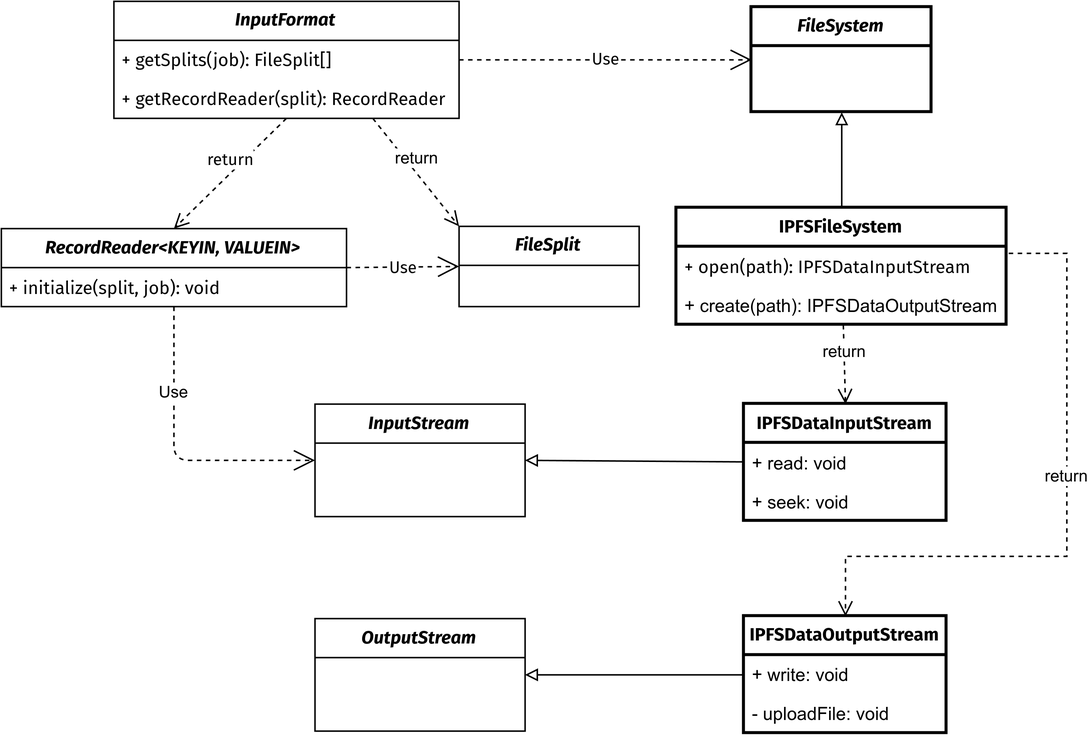
The draw.io diagram doc/img/hadoop-fs-class-diagram.png in leJTA/hadoop-ipfs-project, before a commit. Source tidied: cells renumbered, new cells last; positions are measured from the earlier drawing's top-left corner, leaving out a move shared by most shapes.
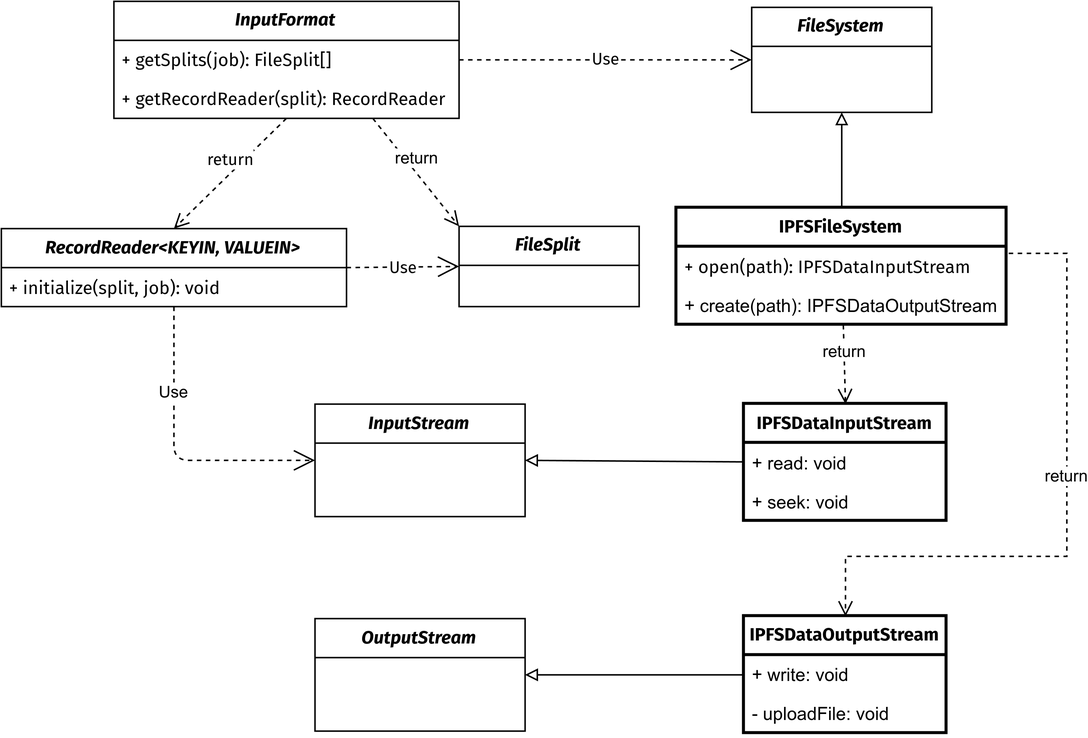
After the commit.

Change to the diagram source:
```diff
@@ -17,7 +17,7 @@
     <mxCell id="6" value="return" style="html=1;verticalAlign=bottom;endArrow=open;dashed=1;endSize=8;curved=0;rounded=0;exitX=0.5;exitY=1;exitDx=0;exitDy=0;entryX=0.5;entryY=0;entryDx=0;entryDy=0;fontFamily=Fira Sans;" parent="1" edge="1" source="26" target="2">
       <mxGeometry relative="1" as="geometry" />
     </mxCell>
-    <mxCell id="7" value="FileSystem" style="swimlane;fontStyle=3;horizontal=1;startSize=26;fillColor=none;whiteSpace=wrap;html=1;fontFamily=Fira Sans;strokeWidth=2;" parent="1" vertex="1">
+    <mxCell id="7" value="FileSystem" style="swimlane;fontStyle=3;horizontal=1;startSize=26;fillColor=none;whiteSpace=wrap;html=1;fontFamily=Fira Sans;strokeWidth=1;" parent="1" vertex="1">
       <mxGeometry x="500" y="4" width="120" height="70" as="geometry" />
     </mxCell>
     <mxCell id="8" value="Use" style="endArrow=open;endSize=12;dashed=1;html=1;rounded=0;exitX=1;exitY=0.5;exitDx=0;exitDy=0;entryX=0;entryY=0.5;entryDx=0;entryDy=0;fontFamily=Fira Sans;" parent="1" edge="1" source="26" target="7">
```
